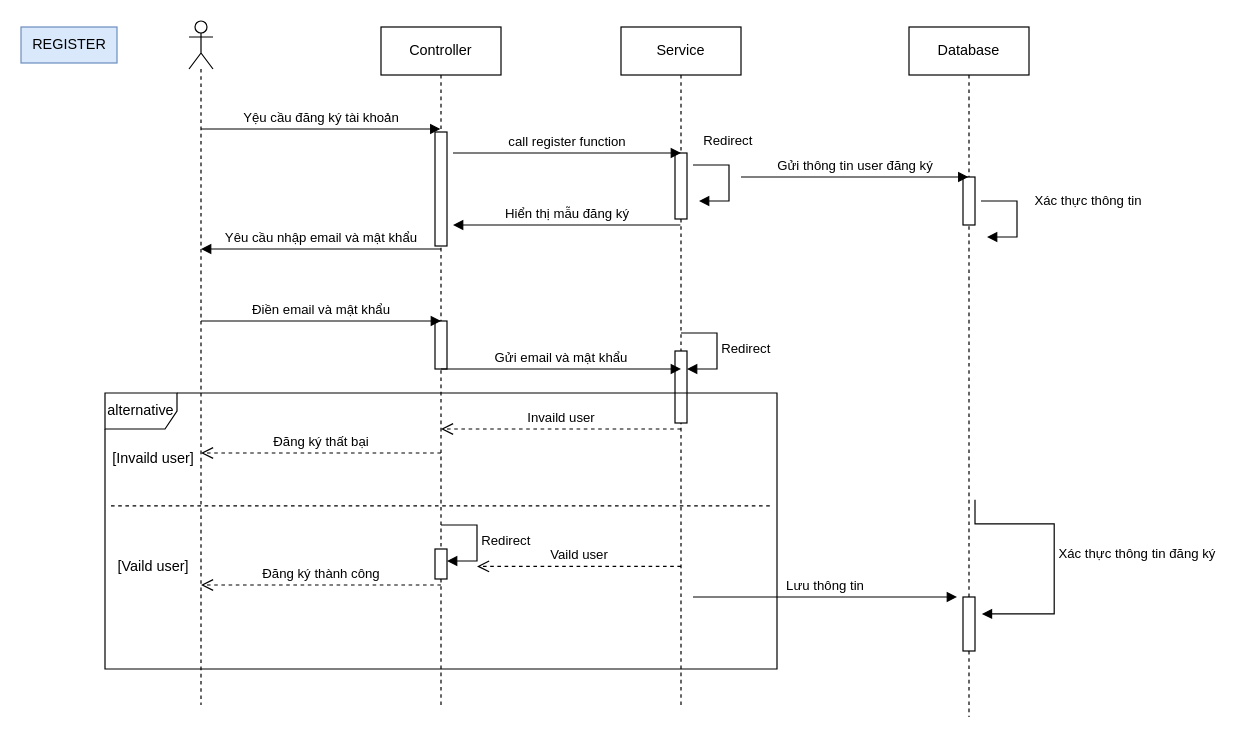
Above: dangky.drawio in letham1612/test.ithub (draw.io), before the change. Source tidied: cells renumbered, new cells numbered last; positions are measured from the earlier drawing's top-left corner, leaving out a move shared by most shapes. Both pictures are drawn from the tidied source at 120%, with x=0, y=0 at pixel (20, 20).
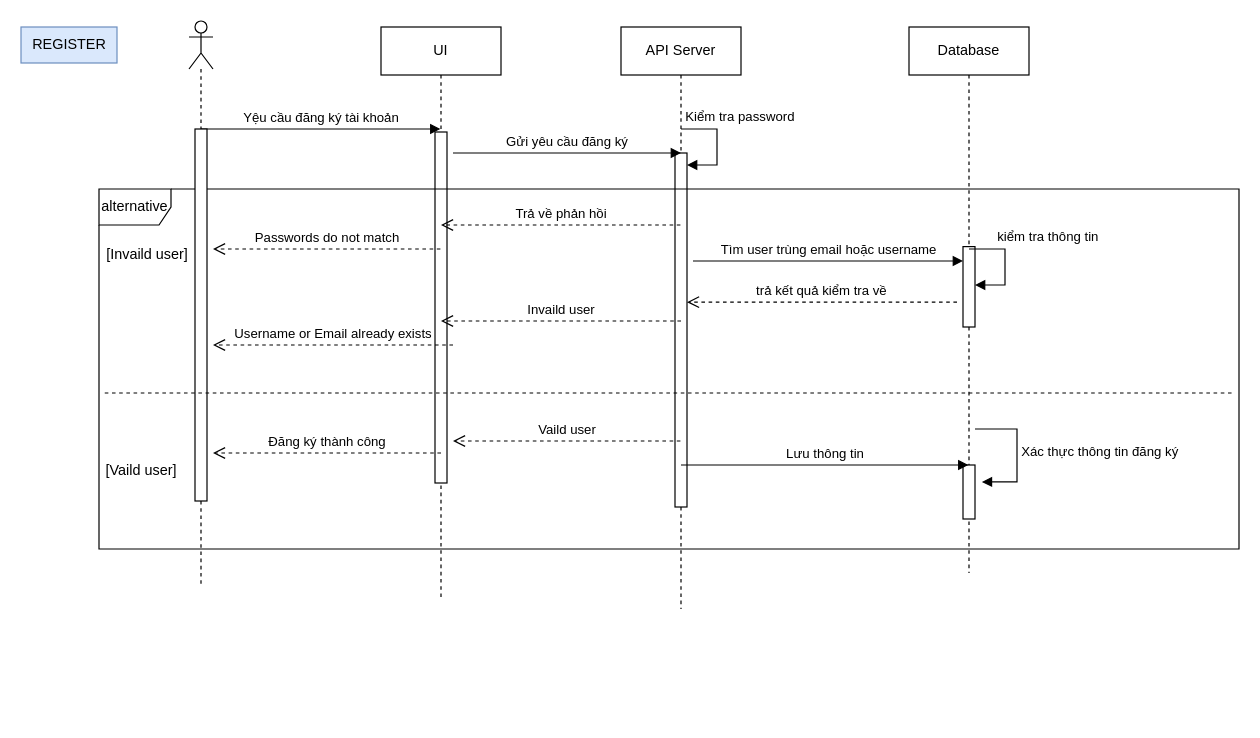
After the change.

What changed in the source:
```diff
@@
     <mxCell id="3" style="shape=umlLifeline;perimeter=lifelinePerimeter;whiteSpace=wrap;html=1;newEdgeStyle={&quot;curved&quot;:0,&quot;rounded&quot;:0};participant=umlActor;" parent="1" vertex="1">
-      <mxGeometry x="140" width="20" height="570" as="geometry" />
+      <mxGeometry x="140" width="20" height="470" as="geometry" />
     </mxCell>
-    <mxCell id="4" value="Controller" style="shape=umlLifeline;perimeter=lifelinePerimeter;whiteSpace=wrap;html=1;outlineConnect=0;portConstraint=eastwest;newEdgeStyle={&quot;curved&quot;:0,&quot;rounded&quot;:0};" parent="1" vertex="1">
-      <mxGeometry x="300" y="5" width="100" height="565" as="geometry" />
+    <mxCell id="4" value="UI" style="shape=umlLifeline;perimeter=lifelinePerimeter;whiteSpace=wrap;html=1;outlineConnect=0;portConstraint=eastwest;newEdgeStyle={&quot;curved&quot;:0,&quot;rounded&quot;:0};" parent="1" vertex="1">
+      <mxGeometry x="300" y="5" width="100" height="475" as="geometry" />
     </mxCell>
     <mxCell id="5" style="html=1;perimeter=orthogonalPerimeter;targetShapes=umlLifeline;newEdgeStyle={&quot;curved&quot;:0,&quot;rounded&quot;:0};" parent="4" vertex="1">
-      <mxGeometry x="45" y="87.5" width="10" height="95" as="geometry" />
+      <mxGeometry x="45" y="87.5" width="10" height="292.5" as="geometry" />
     </mxCell>
-    <mxCell id="6" style="html=1;perimeter=orthogonalPerimeter;targetShapes=umlLifeline;newEdgeStyle={&quot;curved&quot;:0,&quot;rounded&quot;:0};" parent="4" vertex="1">
-      <mxGeometry x="45" y="245" width="10" height="40" as="geometry" />
-    </mxCell>
-    <mxCell id="7" style="html=1;perimeter=orthogonalPerimeter;targetShapes=umlLifeline;newEdgeStyle={&quot;curved&quot;:0,&quot;rounded&quot;:0};" parent="4" vertex="1">
-      <mxGeometry x="45" y="435" width="10" height="25" as="geometry" />
-    </mxCell>
-    <mxCell id="8" value="Service" style="shape=umlLifeline;perimeter=lifelinePerimeter;whiteSpace=wrap;html=1;newEdgeStyle={&quot;curved&quot;:0,&quot;rounded&quot;:0};" parent="1" vertex="1">
-      <mxGeometry x="500" y="5" width="100" height="565" as="geometry" />
+    <mxCell id="8" value="API Server" style="shape=umlLifeline;perimeter=lifelinePerimeter;whiteSpace=wrap;html=1;newEdgeStyle={&quot;curved&quot;:0,&quot;rounded&quot;:0};" parent="1" vertex="1">
+      <mxGeometry x="500" y="5" width="100" height="485" as="geometry" />
     </mxCell>
-    <mxCell id="9" style="html=1;points=[[0,0,0,0,5],[0,1,0,0,-5],[1,0,0,0,5],[1,1,0,0,-5]];perimeter=orthogonalPerimeter;outlineConnect=0;targetShapes=umlLifeline;portConstraint=eastwest;newEdgeStyle={&quot;curved&quot;:0,&quot;rounded&quot;:0};" parent="8" vertex="1">
-      <mxGeometry x="45" y="270" width="10" height="60" as="geometry" />
-    </mxCell>
-    <mxCell id="10" value="Redirect" style="html=1;align=left;spacingLeft=2;endArrow=block;rounded=0;edgeStyle=orthogonalEdgeStyle;curved=0;rounded=0;" parent="8" edge="1" target="9">
-      <mxGeometry relative="1" as="geometry">
-        <mxPoint x="50" y="255" as="sourcePoint" />
-        <Array as="points">
-          <mxPoint x="80" y="285" />
-        </Array>
-      </mxGeometry>
-    </mxCell>
     <mxCell id="11" style="html=1;perimeter=orthogonalPerimeter;targetShapes=umlLifeline;newEdgeStyle={&quot;curved&quot;:0,&quot;rounded&quot;:0};" parent="8" vertex="1">
-      <mxGeometry x="45" y="105" width="10" height="55" as="geometry" />
+      <mxGeometry x="45" y="105" width="10" height="295" as="geometry" />
     </mxCell>
     <mxCell id="12" value="Database" style="shape=umlLifeline;perimeter=lifelinePerimeter;whiteSpace=wrap;html=1;outlineConnect=0;portConstraint=eastwest;newEdgeStyle={&quot;curved&quot;:0,&quot;rounded&quot;:0};" parent="1" vertex="1">
-      <mxGeometry x="740" y="5" width="100" height="575" as="geometry" />
+      <mxGeometry x="740" y="5" width="100" height="455" as="geometry" />
     </mxCell>
     <mxCell id="13" style="html=1;perimeter=orthogonalPerimeter;targetShapes=umlLifeline;newEdgeStyle={&quot;curved&quot;:0,&quot;rounded&quot;:0};" parent="12" vertex="1">
-      <mxGeometry x="45" y="475" width="10" height="45" as="geometry" />
+      <mxGeometry x="45" y="365" width="10" height="45" as="geometry" />
     </mxCell>
-    <mxCell id="14" style="html=1;perimeter=orthogonalPerimeter;targetShapes=umlLifeline;newEdgeStyle={&quot;curved&quot;:0,&quot;rounded&quot;:0};" parent="12" vertex="1">
-      <mxGeometry x="45" y="125" width="10" height="40" as="geometry" />
-    </mxCell>
+    <mxCell id="35" style="html=1;points=[[0,0,0,0,5],[0,1,0,0,-5],[1,0,0,0,5],[1,1,0,0,-5]];perimeter=orthogonalPerimeter;outlineConnect=0;targetShapes=umlLifeline;portConstraint=eastwest;newEdgeStyle={&quot;curved&quot;:0,&quot;rounded&quot;:0};" parent="12" vertex="1">
+      <mxGeometry x="45" y="183" width="10" height="67" as="geometry" />
+    </mxCell>
@@
-    <mxCell id="16" value="call register function&lt;br&gt;" style="html=1;verticalAlign=bottom;endArrow=block;curved=0;rounded=0;" parent="1" edge="1">
+    <mxCell id="16" value="Gửi yêu cầu đăng ký" style="html=1;verticalAlign=bottom;endArrow=block;curved=0;rounded=0;" parent="1" edge="1">
       <mxGeometry relative="1" as="geometry">
         <mxPoint x="360" y="110" as="sourcePoint" />
         <mxPoint x="550" y="110" as="targetPoint" />
       </mxGeometry>
     </mxCell>
-    <mxCell id="17" value="Hiển thị mẫu đăng ký" style="html=1;verticalAlign=bottom;endArrow=block;curved=0;rounded=0;" parent="1" edge="1">
-      <mxGeometry relative="1" as="geometry">
-        <mxPoint x="549.5" y="170" as="sourcePoint" />
-        <mxPoint x="360" y="170" as="targetPoint" />
-      </mxGeometry>
-    </mxCell>
-    <mxCell id="18" value="Yêu cầu nhập email và mật khẩu" style="html=1;verticalAlign=bottom;endArrow=block;curved=0;rounded=0;" parent="1" edge="1">
-      <mxGeometry relative="1" as="geometry">
-        <mxPoint x="350" y="190" as="sourcePoint" />
-        <mxPoint x="150" y="190" as="targetPoint" />
-      </mxGeometry>
-    </mxCell>
-    <mxCell id="19" value="Điền email và mật khẩu&lt;br&gt;" style="html=1;verticalAlign=bottom;endArrow=block;curved=0;rounded=0;" parent="1" edge="1">
-      <mxGeometry relative="1" as="geometry">
-        <mxPoint x="150" y="250" as="sourcePoint" />
-        <mxPoint x="350" y="250" as="targetPoint" />
-      </mxGeometry>
-    </mxCell>
-    <mxCell id="20" value="Gửi email và mật khẩu" style="html=1;verticalAlign=bottom;endArrow=block;curved=0;rounded=0;" parent="1" edge="1">
-      <mxGeometry relative="1" as="geometry">
-        <mxPoint x="350" y="290" as="sourcePoint" />
-        <mxPoint x="550" y="290" as="targetPoint" />
-      </mxGeometry>
-    </mxCell>
-    <mxCell id="21" value="Lưu thông tin" style="html=1;verticalAlign=bottom;endArrow=block;curved=0;rounded=0;" parent="1" edge="1">
+    <mxCell id="21" value="Lưu thông tin" style="html=1;verticalAlign=bottom;endArrow=block;curved=0;rounded=0;" parent="1" edge="1" target="12">
       <mxGeometry relative="1" as="geometry">
-        <mxPoint x="560" y="480" as="sourcePoint" />
-        <mxPoint x="780" y="480" as="targetPoint" />
+        <mxPoint x="550" y="370" as="sourcePoint" />
       </mxGeometry>
     </mxCell>
     <mxCell id="22" value="alternative" style="shape=umlFrame;whiteSpace=wrap;html=1;" parent="1" vertex="1">
-      <mxGeometry x="70" y="310" width="560" height="230" as="geometry" />
+      <mxGeometry x="65" y="140" width="950" height="300" as="geometry" />
     </mxCell>
     <mxCell id="23" value="Invaild user" style="html=1;verticalAlign=bottom;endArrow=open;dashed=1;endSize=8;curved=0;rounded=0;" parent="1" edge="1">
       <mxGeometry relative="1" as="geometry">
-        <mxPoint x="550" y="340" as="sourcePoint" />
-        <mxPoint x="350" y="340" as="targetPoint" />
+        <mxPoint x="550" y="250" as="sourcePoint" />
+        <mxPoint x="350" y="250" as="targetPoint" />
       </mxGeometry>
     </mxCell>
     <mxCell id="24" value="[Invaild user]" style="text;html=1;align=center;verticalAlign=middle;strokeColor=none;fillColor=none;" parent="1" vertex="1">
-      <mxGeometry x="65" y="350" width="90" height="30" as="geometry" />
+      <mxGeometry x="60" y="180" width="90" height="30" as="geometry" />
     </mxCell>
     <mxCell id="25" value="[Vaild user]" style="text;html=1;align=center;verticalAlign=middle;strokeColor=none;fillColor=none;" parent="1" vertex="1">
-      <mxGeometry x="70" y="440" width="80" height="30" as="geometry" />
+      <mxGeometry x="60" y="360" width="80" height="30" as="geometry" />
     </mxCell>
     <mxCell id="26" value="Vaild user" style="html=1;verticalAlign=bottom;endArrow=open;dashed=1;endSize=8;curved=0;rounded=0;" parent="1" edge="1">
       <mxGeometry relative="1" as="geometry">
-        <mxPoint x="550" y="454.4" as="sourcePoint" />
-        <mxPoint x="380" y="454.5" as="targetPoint" />
+        <mxPoint x="549.5" y="350" as="sourcePoint" />
+        <mxPoint x="360" y="350" as="targetPoint" />
       </mxGeometry>
     </mxCell>
-    <mxCell id="27" value="Đăng ký thất bại" style="html=1;verticalAlign=bottom;endArrow=open;dashed=1;endSize=8;curved=0;rounded=0;" parent="1" edge="1">
+    <mxCell id="27" value="Username or Email already exists" style="html=1;verticalAlign=bottom;endArrow=open;dashed=1;endSize=8;curved=0;rounded=0;" parent="1" edge="1">
       <mxGeometry relative="1" as="geometry">
-        <mxPoint x="350" y="360" as="sourcePoint" />
-        <mxPoint x="150" y="360" as="targetPoint" />
+        <mxPoint x="360" y="270" as="sourcePoint" />
+        <mxPoint x="160" y="270" as="targetPoint" />
       </mxGeometry>
     </mxCell>
     <mxCell id="28" value="Đăng ký thành công" style="html=1;verticalAlign=bottom;endArrow=open;dashed=1;endSize=8;curved=0;rounded=0;" parent="1" edge="1">
       <mxGeometry relative="1" as="geometry">
-        <mxPoint x="350" y="470" as="sourcePoint" />
-        <mxPoint x="150" y="470" as="targetPoint" />
+        <mxPoint x="350" y="360" as="sourcePoint" />
+        <mxPoint x="160" y="360" as="targetPoint" />
       </mxGeometry>
     </mxCell>
-    <mxCell id="29" style="line;strokeWidth=1;fillColor=none;align=left;verticalAlign=middle;spacingTop=-1;spacingLeft=3;spacingRight=3;labelPosition=right;strokeColor=inherit;dashed=1;" parent="1" vertex="1">
-      <mxGeometry x="75" y="400" width="550" height="8" as="geometry" />
-    </mxCell>
-    <mxCell id="30" value="Redirect" style="html=1;align=left;spacingLeft=2;endArrow=block;rounded=0;edgeStyle=orthogonalEdgeStyle;curved=0;rounded=0;" parent="1" edge="1">
-      <mxGeometry relative="1" as="geometry">
-        <mxPoint x="350" y="420" as="sourcePoint" />
-        <mxPoint x="355" y="450" as="targetPoint" />
+    <mxCell id="30" value="kiểm tra thông tin" style="html=1;align=left;spacingLeft=2;endArrow=block;rounded=0;edgeStyle=orthogonalEdgeStyle;curved=0;rounded=0;" parent="1" edge="1">
+      <mxGeometry x="-0.53" y="10" relative="1" as="geometry">
+        <mxPoint x="790" y="190" as="sourcePoint" />
+        <mxPoint x="795" y="220" as="targetPoint" />
         <Array as="points">
-          <mxPoint x="380" y="450" />
+          <mxPoint x="820" y="220" />
         </Array>
       </mxGeometry>
     </mxCell>
     <mxCell id="31" value="Xác thực thông tin đăng ký" style="html=1;align=left;spacingLeft=2;endArrow=block;rounded=0;edgeStyle=orthogonalEdgeStyle;curved=0;rounded=0;" parent="1" edge="1">
       <mxGeometry relative="1" as="geometry">
-        <mxPoint x="795" y="399" as="sourcePoint" />
-        <mxPoint x="800.7" y="494.1" as="targetPoint" />
+        <mxPoint x="795" y="340" as="sourcePoint" />
+        <mxPoint x="800.7" y="384.1" as="targetPoint" />
         <Array as="points">
-          <mxPoint x="795" y="419" />
-          <mxPoint x="861" y="419" />
-          <mxPoint x="861" y="494" />
+          <mxPoint x="830" y="340" />
+          <mxPoint x="830" y="384" />
         </Array>
       </mxGeometry>
     </mxCell>
-    <mxCell id="32" value="Gửi thông tin user đăng ký" style="html=1;verticalAlign=bottom;endArrow=block;curved=0;rounded=0;" parent="1" edge="1">
-      <mxGeometry relative="1" as="geometry">
-        <mxPoint x="600" y="130" as="sourcePoint" />
-        <mxPoint x="789.5" y="130" as="targetPoint" />
-      </mxGeometry>
-    </mxCell>
-    <mxCell id="33" value="Redirect" style="html=1;align=left;spacingLeft=2;endArrow=block;rounded=0;edgeStyle=orthogonalEdgeStyle;curved=0;rounded=0;" parent="1" edge="1">
-      <mxGeometry x="-0.88" y="20" relative="1" as="geometry">
-        <mxPoint x="560" y="120" as="sourcePoint" />
-        <mxPoint x="565" y="150" as="targetPoint" />
+    <mxCell id="33" value="Kiểm tra password" style="html=1;align=left;spacingLeft=2;endArrow=block;rounded=0;edgeStyle=orthogonalEdgeStyle;curved=0;rounded=0;" parent="1" edge="1">
+      <mxGeometry x="-1" y="10" relative="1" as="geometry">
+        <mxPoint x="550" y="90" as="sourcePoint" />
+        <mxPoint x="555" y="120" as="targetPoint" />
         <Array as="points">
-          <mxPoint x="590" y="150" />
+          <mxPoint x="580" y="120" />
         </Array>
       </mxGeometry>
     </mxCell>
-    <mxCell id="34" value="Xác thực thông tin" style="html=1;align=left;spacingLeft=2;endArrow=block;rounded=0;edgeStyle=orthogonalEdgeStyle;curved=0;rounded=0;" parent="1" edge="1">
-      <mxGeometry x="-0.29" y="10" relative="1" as="geometry">
-        <mxPoint x="800" y="150" as="sourcePoint" />
-        <mxPoint x="805" y="180" as="targetPoint" />
-        <Array as="points">
-          <mxPoint x="830" y="180" />
-        </Array>
-        <mxPoint x="1" as="offset" />
-      </mxGeometry>
-    </mxCell>
+    <mxCell id="36" value="Trả về phản hồi" style="html=1;verticalAlign=bottom;endArrow=open;dashed=1;endSize=8;curved=0;rounded=0;" parent="1" edge="1">
+      <mxGeometry relative="1" as="geometry">
+        <mxPoint x="549.5" y="170" as="sourcePoint" />
+        <mxPoint x="350" y="170" as="targetPoint" />
+      </mxGeometry>
+    </mxCell>
+    <mxCell id="37" value="Passwords do not match" style="html=1;verticalAlign=bottom;endArrow=open;dashed=1;endSize=8;curved=0;rounded=0;" parent="1" edge="1">
+      <mxGeometry relative="1" as="geometry">
+        <mxPoint x="349.5" y="190" as="sourcePoint" />
+        <mxPoint x="160" y="190" as="targetPoint" />
+      </mxGeometry>
+    </mxCell>
+    <mxCell id="38" value="Tìm user trùng email hoặc username" style="html=1;verticalAlign=bottom;endArrow=block;curved=0;rounded=0;" parent="1" edge="1" target="35">
+      <mxGeometry relative="1" as="geometry">
+        <mxPoint x="560" y="200" as="sourcePoint" />
+      </mxGeometry>
+    </mxCell>
+    <mxCell id="39" value="trả kết quả kiểm tra về" style="html=1;verticalAlign=bottom;endArrow=open;dashed=1;endSize=8;curved=0;rounded=0;" parent="1" edge="1">
+      <mxGeometry relative="1" as="geometry">
+        <mxPoint x="780" y="234.3" as="sourcePoint" />
+        <mxPoint x="555" y="234.3" as="targetPoint" />
+      </mxGeometry>
+    </mxCell>
+    <mxCell id="40" style="html=1;perimeter=orthogonalPerimeter;targetShapes=umlLifeline;newEdgeStyle={&quot;curved&quot;:0,&quot;rounded&quot;:0};" parent="1" vertex="1">
+      <mxGeometry x="145" y="90" width="10" height="310" as="geometry" />
+    </mxCell>
+    <mxCell id="41" style="endArrow=none;dashed=1;html=1;rounded=0;exitX=0.005;exitY=0.601;exitDx=0;exitDy=0;exitPerimeter=0;entryX=0.995;entryY=0.601;entryDx=0;entryDy=0;entryPerimeter=0;" parent="1" edge="1">
+      <mxGeometry relative="1" as="geometry">
+        <mxPoint x="69.8" y="310" as="sourcePoint" />
+        <mxPoint x="1010.2" y="310" as="targetPoint" />
+      </mxGeometry>
+    </mxCell>
```
